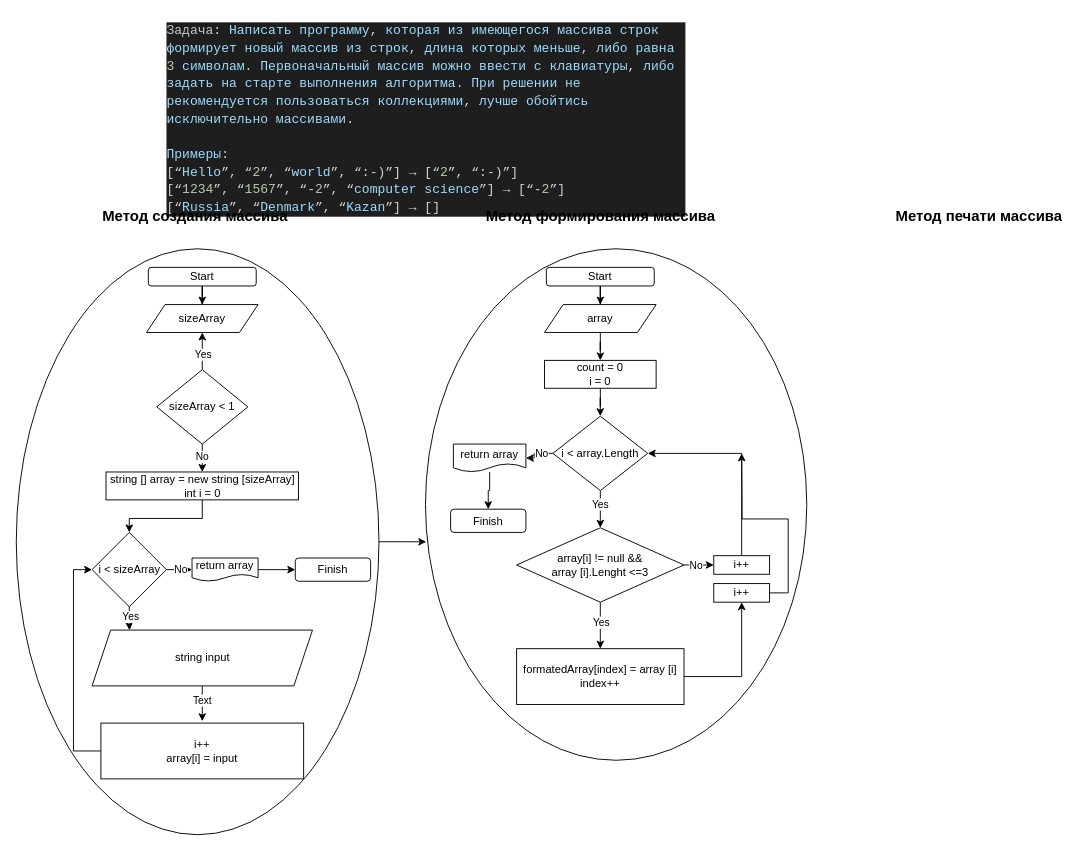
Above: ProgrammDiagram.drawio in LegatHunter/CheckWork_GB (draw.io), before the change. Source tidied: cells renumbered, new cells numbered last; positions are measured from the earlier drawing's top-left corner, leaving out a move shared by most shapes. Both pictures are drawn from the tidied source at 93%, with x=0, y=0 at pixel (16, 16).
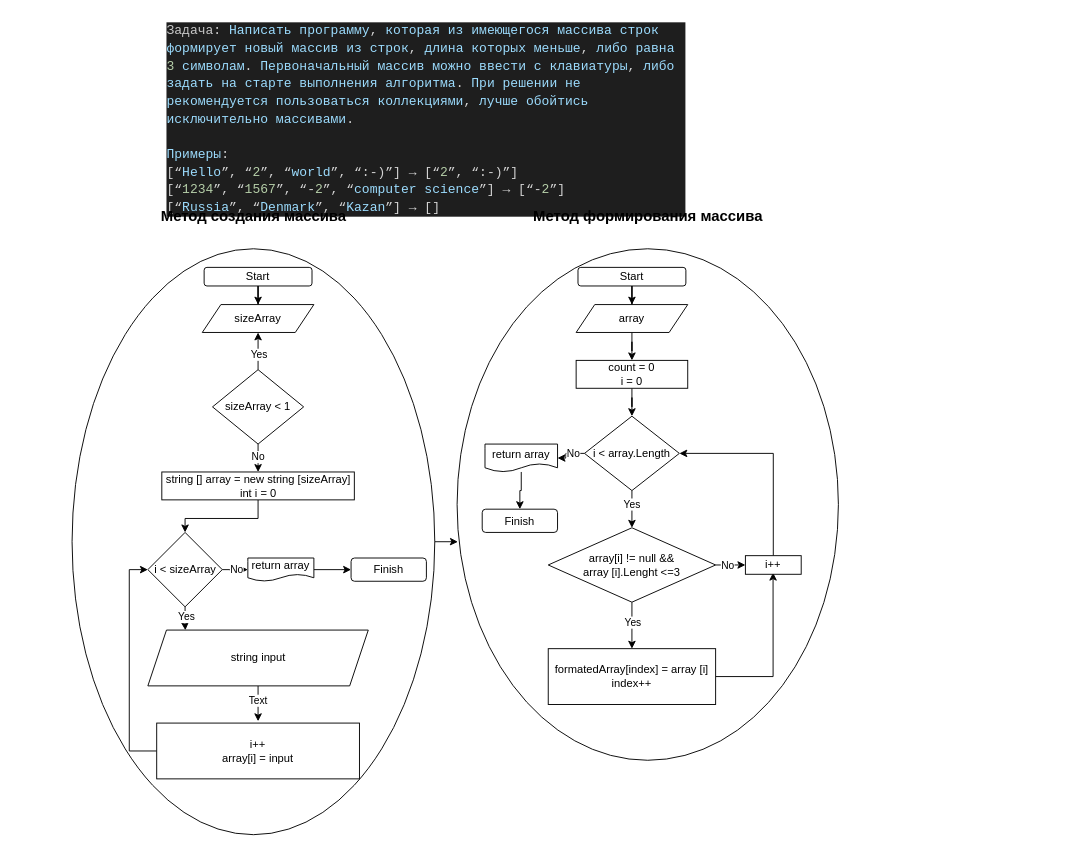
Above is the later version.

Change to the diagram source:
```diff
@@
     <mxCell id="2" style="ellipse;whiteSpace=wrap;html=1;fillColor=none;shadow=0;" parent="1" vertex="1">
-      <mxGeometry x="440" y="250" width="410" height="550" as="geometry" />
+      <mxGeometry x="474" y="250" width="410" height="550" as="geometry" />
     </mxCell>
@@
     <mxCell id="4" style="ellipse;whiteSpace=wrap;html=1;fillColor=none;shadow=0;" parent="1" vertex="1">
-      <mxGeometry y="250" width="390" height="630" as="geometry" />
+      <mxGeometry x="60" y="250" width="390" height="630" as="geometry" />
     </mxCell>
@@
     <mxCell id="7" value="Start" style="rounded=1;whiteSpace=wrap;html=1;" parent="1" vertex="1">
-      <mxGeometry x="142" y="270" width="116" height="20" as="geometry" />
+      <mxGeometry x="202" y="270" width="116" height="20" as="geometry" />
     </mxCell>
     <mxCell id="8" value="sizeArray" style="shape=parallelogram;perimeter=parallelogramPerimeter;whiteSpace=wrap;html=1;fixedSize=1;" parent="1" vertex="1">
-      <mxGeometry x="140" y="310" width="120" height="30" as="geometry" />
+      <mxGeometry x="200" y="310" width="120" height="30" as="geometry" />
     </mxCell>
@@
     <mxCell id="13" value="sizeArray &amp;lt; 1" style="rhombus;whiteSpace=wrap;html=1;" parent="1" vertex="1">
-      <mxGeometry x="151" y="380" width="98" height="80" as="geometry" />
+      <mxGeometry x="211" y="380" width="98" height="80" as="geometry" />
     </mxCell>
@@
     <mxCell id="15" value="string [] array = new string [sizeArray]&lt;br&gt;int i = 0" style="rounded=0;whiteSpace=wrap;html=1;" parent="1" vertex="1">
-      <mxGeometry x="96.5" y="490" width="207" height="30" as="geometry" />
+      <mxGeometry x="156.5" y="490" width="207" height="30" as="geometry" />
     </mxCell>
@@
     <mxCell id="20" value="i &amp;lt; sizeArray" style="rhombus;whiteSpace=wrap;html=1;" parent="1" vertex="1">
-      <mxGeometry x="81.5" y="555" width="80" height="80" as="geometry" />
+      <mxGeometry x="141.5" y="555" width="80" height="80" as="geometry" />
     </mxCell>
@@
     <mxCell id="22" value="i++&lt;br&gt;array[i] = input" style="rounded=0;whiteSpace=wrap;html=1;" parent="1" vertex="1">
-      <mxGeometry x="91" y="760" width="218" height="60" as="geometry" />
+      <mxGeometry x="151" y="760" width="218" height="60" as="geometry" />
     </mxCell>
@@
     <mxCell id="25" value="string input" style="shape=parallelogram;perimeter=parallelogramPerimeter;whiteSpace=wrap;html=1;fixedSize=1;" parent="1" vertex="1">
-      <mxGeometry x="81.5" y="660" width="237" height="60" as="geometry" />
+      <mxGeometry x="141.5" y="660" width="237" height="60" as="geometry" />
     </mxCell>
     <mxCell id="26" value="Метод создания массива" style="text;html=1;align=center;verticalAlign=middle;strokeColor=none;fillColor=none;fontStyle=1;fontSize=16;" parent="1" vertex="1">
-      <mxGeometry x="81.5" y="200" width="220" height="30" as="geometry" />
+      <mxGeometry x="145" y="200" width="220" height="30" as="geometry" />
     </mxCell>
@@
     <mxCell id="28" value="return array" style="shape=document;whiteSpace=wrap;html=1;boundedLbl=1;" parent="1" vertex="1">
-      <mxGeometry x="189" y="582.5" width="71" height="25" as="geometry" />
+      <mxGeometry x="249" y="582.5" width="71" height="25" as="geometry" />
     </mxCell>
     <mxCell id="29" value="Finish" style="rounded=1;whiteSpace=wrap;html=1;" parent="1" vertex="1">
-      <mxGeometry x="300" y="582.5" width="81" height="25" as="geometry" />
+      <mxGeometry x="360" y="582.5" width="81" height="25" as="geometry" />
     </mxCell>
     <mxCell id="30" value="Метод формирования массива" style="text;html=1;align=center;verticalAlign=middle;strokeColor=none;fillColor=none;fontSize=16;fontStyle=1;" parent="1" vertex="1">
-      <mxGeometry x="493" y="200" width="270" height="30" as="geometry" />
+      <mxGeometry x="544" y="200" width="270" height="30" as="geometry" />
     </mxCell>
@@
     <mxCell id="32" value="Start" style="rounded=1;whiteSpace=wrap;html=1;" parent="1" vertex="1">
-      <mxGeometry x="570" y="270" width="116" height="20" as="geometry" />
+      <mxGeometry x="604" y="270" width="116" height="20" as="geometry" />
     </mxCell>
@@
     <mxCell id="34" value="array" style="shape=parallelogram;perimeter=parallelogramPerimeter;whiteSpace=wrap;html=1;fixedSize=1;" parent="1" vertex="1">
-      <mxGeometry x="568" y="310" width="120" height="30" as="geometry" />
+      <mxGeometry x="602" y="310" width="120" height="30" as="geometry" />
     </mxCell>
@@
     <mxCell id="36" value="count = 0&lt;br&gt;i = 0" style="rounded=0;whiteSpace=wrap;html=1;" parent="1" vertex="1">
-      <mxGeometry x="568" y="370" width="120" height="30" as="geometry" />
+      <mxGeometry x="602" y="370" width="120" height="30" as="geometry" />
     </mxCell>
@@
     <mxCell id="41" value="i &amp;lt; array.Length" style="rhombus;whiteSpace=wrap;html=1;" parent="1" vertex="1">
-      <mxGeometry x="577" y="430" width="102" height="80" as="geometry" />
+      <mxGeometry x="611" y="430" width="102" height="80" as="geometry" />
     </mxCell>
@@
     <mxCell id="46" value="array[i] != null &amp;amp;&amp;amp;&lt;br&gt;array [i].Lenght &amp;lt;=3" style="rhombus;whiteSpace=wrap;html=1;" parent="1" vertex="1">
-      <mxGeometry x="538" y="550" width="180" height="80" as="geometry" />
+      <mxGeometry x="572" y="550" width="180" height="80" as="geometry" />
     </mxCell>
-    <mxCell id="47" style="edgeStyle=orthogonalEdgeStyle;rounded=0;jettySize=auto;html=1;" parent="1" edge="1" source="48" target="52">
+    <mxCell id="47" style="edgeStyle=orthogonalEdgeStyle;rounded=0;jettySize=auto;html=1;entryX=0.496;entryY=0.914;entryDx=0;entryDy=0;entryPerimeter=0;" parent="1" edge="1" source="48" target="50">
       <mxGeometry relative="1" as="geometry" />
     </mxCell>
     <mxCell id="48" value="formatedArray[index] = array [i]&lt;br&gt;index++" style="rounded=0;whiteSpace=wrap;html=1;" parent="1" vertex="1">
-      <mxGeometry x="538" y="680" width="180" height="60" as="geometry" />
+      <mxGeometry x="572" y="680" width="180" height="60" as="geometry" />
     </mxCell>
@@
     <mxCell id="50" value="i++" style="whiteSpace=wrap;html=1;" parent="1" vertex="1">
-      <mxGeometry x="750" y="580" width="60" height="20" as="geometry" />
+      <mxGeometry x="784" y="580" width="60" height="20" as="geometry" />
     </mxCell>
-    <mxCell id="51" style="edgeStyle=orthogonalEdgeStyle;rounded=0;jettySize=auto;html=1;exitX=1;exitY=0.5;exitDx=0;exitDy=0;" parent="1" edge="1" source="52">
-      <mxGeometry relative="1" as="geometry">
-        <mxPoint x="780" y="470" as="targetPoint" />
-      </mxGeometry>
-    </mxCell>
-    <mxCell id="52" value="i++" style="whiteSpace=wrap;html=1;" parent="1" vertex="1">
-      <mxGeometry x="750" y="610" width="60" height="20" as="geometry" />
-    </mxCell>
@@
     <mxCell id="54" value="return array" style="shape=document;whiteSpace=wrap;html=1;boundedLbl=1;" parent="1" vertex="1">
-      <mxGeometry x="470" y="460" width="78" height="30" as="geometry" />
+      <mxGeometry x="504" y="460" width="78" height="30" as="geometry" />
     </mxCell>
     <mxCell id="55" value="Finish" style="rounded=1;whiteSpace=wrap;html=1;" parent="1" vertex="1">
-      <mxGeometry x="467" y="530" width="81" height="25" as="geometry" />
+      <mxGeometry x="501" y="530" width="81" height="25" as="geometry" />
     </mxCell>
-    <mxCell id="56" value="Метод печати массива" style="text;html=1;align=center;verticalAlign=middle;strokeColor=none;fillColor=none;fontSize=16;fontStyle=1;" parent="1" vertex="1">
-      <mxGeometry x="935" y="200" width="200" height="30" as="geometry" />
-    </mxCell>
```
